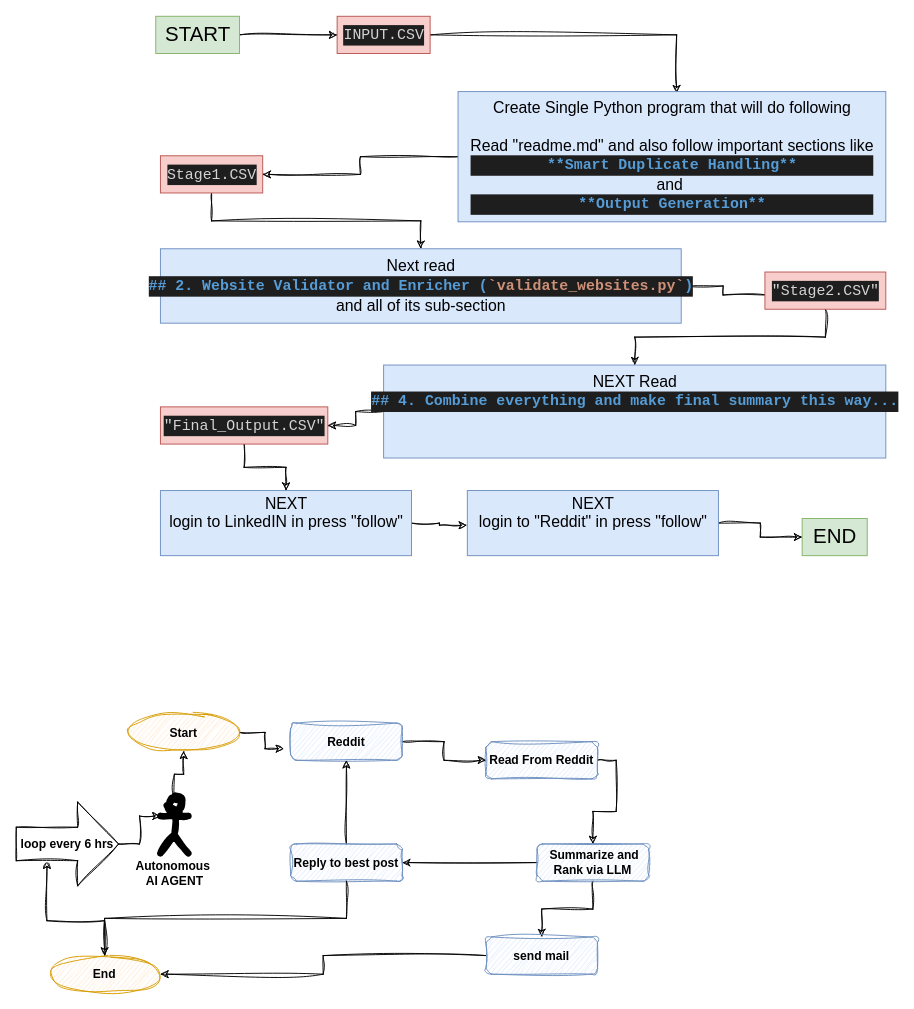
anjali52deb/draw-io keeps this draw.io diagram as tryPEN-Tool.drawio. Above is the earlier version. Source tidied: cells renumbered, new cells numbered last; positions are measured from the earlier drawing's top-left corner, leaving out a move shared by most shapes. Both pictures are drawn from the tidied source at 93%, with x=0, y=0 at pixel (16, 16).
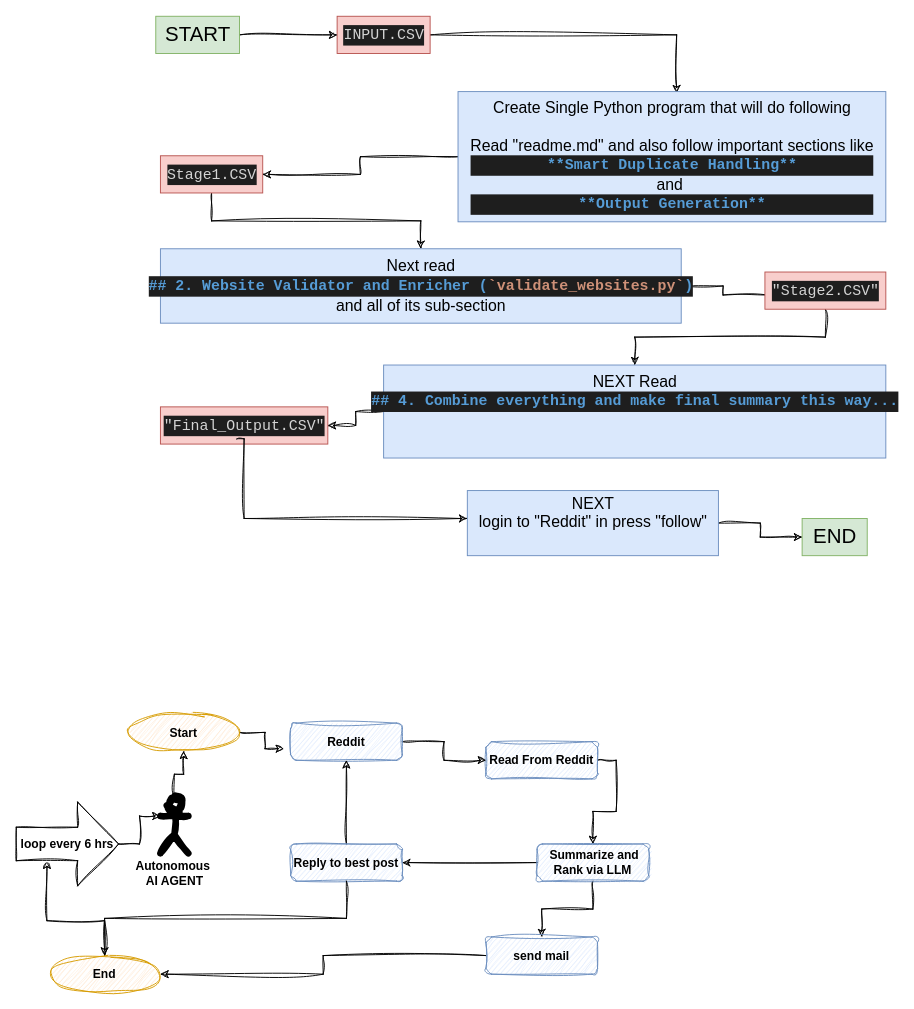
Above is the later version.

The change refers to these unchanged cells:
```xml
<mxCell id="15" value="&lt;div style=&quot;color: #d4d4d4;background-color: #1e1e1e;font-family: Consolas, 'Courier New', monospace;font-weight: normal;font-size: 16px;line-height: 22px;white-space: pre;&quot;&gt;&lt;div&gt;&lt;span style=&quot;color: #d4d4d4;&quot;&gt;&quot;Final_Output.CSV&quot;&lt;/span&gt;&lt;/div&gt;&lt;/div&gt;" style="text;html=1;align=center;verticalAlign=middle;points=[];strokeColor=#b85450;fillColor=#f8cecc;fontFamily=Helvetica;fontSize=17;" parent="1" vertex="1">
  <mxGeometry x="155" y="420" width="180" height="40" as="geometry" />
</mxCell>
<mxCell id="19" value="NEXT &lt;br&gt;login to &quot;Reddit&quot; in press &quot;follow&quot;&lt;div&gt;&lt;br&gt;&lt;/div&gt;" style="text;html=1;align=center;verticalAlign=middle;points=[];strokeColor=#6c8ebf;fillColor=#dae8fc;fontFamily=Helvetica;fontSize=17;" parent="1" vertex="1">
  <mxGeometry x="485" y="510" width="270" height="70" as="geometry" />
</mxCell>
```

Change to the diagram source:
```diff
@@
-    <mxCell id="14" style="edgeStyle=orthogonalEdgeStyle;rounded=0;sketch=1;hachureGap=4;jiggle=2;curveFitting=1;jettySize=auto;html=1;fontFamily=Architects Daughter;" parent="1" edge="1" source="15" target="17">
-      <mxGeometry relative="1" as="geometry" />
-    </mxCell>
@@
-    <mxCell id="16" style="edgeStyle=orthogonalEdgeStyle;rounded=0;sketch=1;hachureGap=4;jiggle=2;curveFitting=1;jettySize=auto;html=1;fontFamily=Architects Daughter;entryX=-0.002;entryY=0.533;entryDx=0;entryDy=0;entryPerimeter=0;" parent="1" edge="1" source="17" target="19">
-      <mxGeometry relative="1" as="geometry" />
-    </mxCell>
-    <mxCell id="17" value="NEXT &lt;br&gt;login to LinkedIN in press &quot;follow&quot;&lt;div&gt;&lt;br&gt;&lt;/div&gt;" style="text;html=1;align=center;verticalAlign=middle;points=[];strokeColor=#6c8ebf;fillColor=#dae8fc;fontFamily=Helvetica;fontSize=17;" parent="1" vertex="1">
-      <mxGeometry x="155" y="510" width="270" height="70" as="geometry" />
-    </mxCell>
@@
+    <mxCell id="43" style="edgeStyle=orthogonalEdgeStyle;rounded=0;sketch=1;hachureGap=4;jiggle=2;curveFitting=1;jettySize=auto;html=1;fontFamily=Architects Daughter;entryX=0;entryY=0.429;entryDx=0;entryDy=0;entryPerimeter=0;exitX=0.456;exitY=0.861;exitDx=0;exitDy=0;exitPerimeter=0;" parent="1" edge="1" source="15" target="19">
+      <mxGeometry relative="1" as="geometry">
+        <Array as="points">
+          <mxPoint x="245" y="454" />
+          <mxPoint x="245" y="540" />
+        </Array>
+      </mxGeometry>
+    </mxCell>
```
